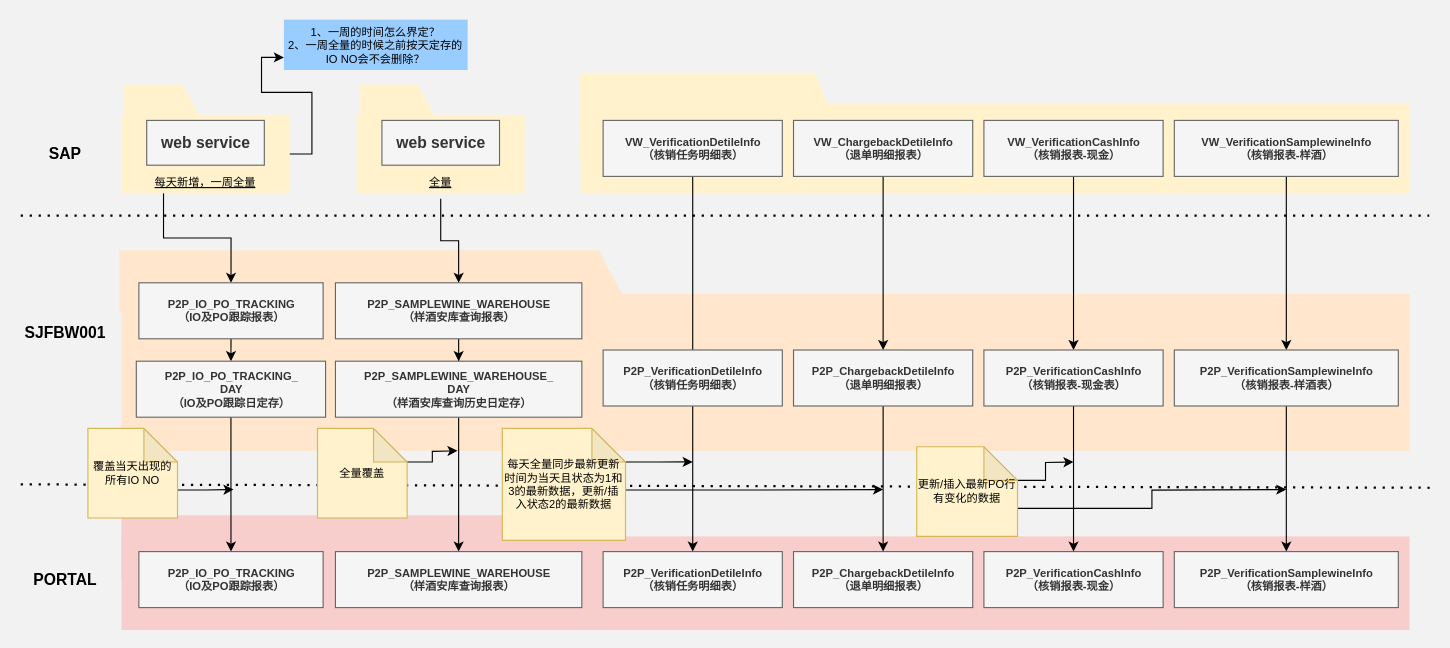
The draw.io diagram Untitled Diagram.drawio in ztacode/drawio, before the edit. Source tidied: cells renumbered, new cells numbered last; positions are measured from the earlier drawing's top-left corner, leaving out a move shared by most shapes. Both pictures are drawn from the tidied source at 112%, with x=0, y=0 at pixel (20, -20).
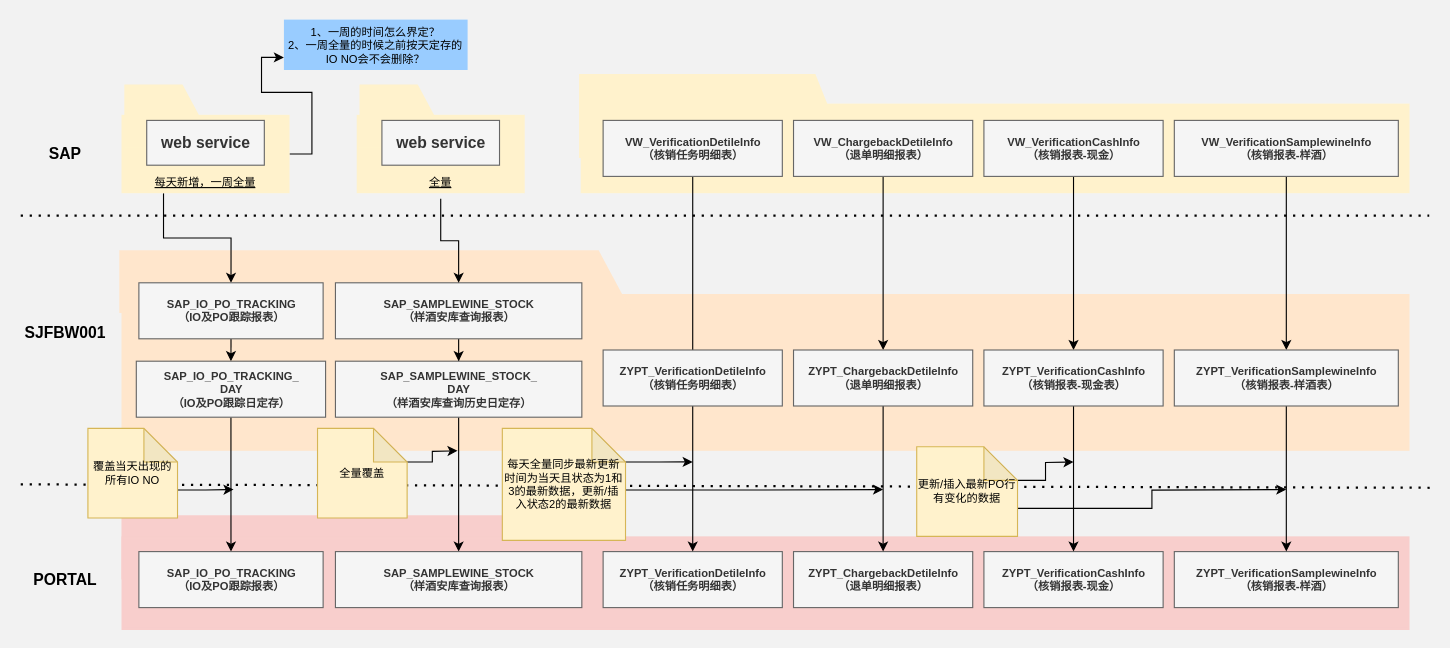
The same diagram, later.

Change to the diagram source:
```diff
@@
-    <mxCell id="15" value="P2P_IO_PO_TRACKING&lt;br&gt;（IO及PO跟踪报表）" style="text;html=1;fontSize=10;fontStyle=1;verticalAlign=middle;align=center;rounded=0;shadow=0;sketch=0;arcSize=12;strokeWidth=1;fillColor=#f5f5f5;strokeColor=#666666;fontColor=#333333;" parent="1" vertex="1">
+    <mxCell id="15" value="SAP_IO_PO_TRACKING&lt;br&gt;（IO及PO跟踪报表）" style="text;html=1;fontSize=10;fontStyle=1;verticalAlign=middle;align=center;rounded=0;shadow=0;sketch=0;arcSize=12;strokeWidth=1;fillColor=#f5f5f5;strokeColor=#666666;fontColor=#333333;" parent="1" vertex="1">
       <mxGeometry x="105.5" y="270" width="164.5" height="50" as="geometry" />
     </mxCell>
@@
-    <mxCell id="18" value="P2P_SAMPLEWINE_WAREHOUSE&lt;br&gt;（样酒安库查询报表）" style="text;html=1;fontSize=10;fontStyle=1;verticalAlign=middle;align=center;rounded=0;shadow=0;sketch=0;arcSize=12;strokeWidth=1;fillColor=#f5f5f5;strokeColor=#666666;fontColor=#333333;" parent="1" vertex="1">
+    <mxCell id="18" value="SAP_SAMPLEWINE_STOCK&lt;br&gt;（样酒安库查询报表）" style="text;html=1;fontSize=10;fontStyle=1;verticalAlign=middle;align=center;rounded=0;shadow=0;sketch=0;arcSize=12;strokeWidth=1;fillColor=#f5f5f5;strokeColor=#666666;fontColor=#333333;" parent="1" vertex="1">
       <mxGeometry x="281" y="270" width="220" height="50" as="geometry" />
     </mxCell>
@@
-    <mxCell id="27" value="P2P_VerificationDetileInfo&lt;br&gt;（核销任务明细表）" style="text;html=1;fontSize=10;fontStyle=1;verticalAlign=middle;align=center;rounded=0;shadow=0;sketch=0;arcSize=12;strokeWidth=1;fillColor=#f5f5f5;strokeColor=#666666;fontColor=#333333;" parent="1" vertex="1">
+    <mxCell id="27" value="ZYPT_VerificationDetileInfo&lt;br&gt;（核销任务明细表）" style="text;html=1;fontSize=10;fontStyle=1;verticalAlign=middle;align=center;rounded=0;shadow=0;sketch=0;arcSize=12;strokeWidth=1;fillColor=#f5f5f5;strokeColor=#666666;fontColor=#333333;" parent="1" vertex="1">
       <mxGeometry x="520" y="510" width="160" height="50" as="geometry" />
     </mxCell>
-    <mxCell id="28" value="P2P_ChargebackDetileInfo&lt;br&gt;（退单明细报表）" style="text;html=1;fontSize=10;fontStyle=1;verticalAlign=middle;align=center;rounded=0;shadow=0;sketch=0;arcSize=12;strokeWidth=1;fillColor=#f5f5f5;fontColor=#333333;strokeColor=#666666;" parent="1" vertex="1">
+    <mxCell id="28" value="ZYPT_ChargebackDetileInfo&lt;br&gt;（退单明细报表）" style="text;html=1;fontSize=10;fontStyle=1;verticalAlign=middle;align=center;rounded=0;shadow=0;sketch=0;arcSize=12;strokeWidth=1;fillColor=#f5f5f5;fontColor=#333333;strokeColor=#666666;" parent="1" vertex="1">
       <mxGeometry x="690" y="510" width="160" height="50" as="geometry" />
     </mxCell>
-    <mxCell id="29" value="P2P_VerificationCashInfo&lt;br&gt;（核销报表-现金）" style="text;strokeColor=#666666;fillColor=#f5f5f5;html=1;fontSize=10;fontStyle=1;verticalAlign=middle;align=center;rounded=0;shadow=0;sketch=0;arcSize=12;strokeWidth=1;fontColor=#333333;" parent="1" vertex="1">
+    <mxCell id="29" value="ZYPT_VerificationCashInfo&lt;br&gt;（核销报表-现金）" style="text;strokeColor=#666666;fillColor=#f5f5f5;html=1;fontSize=10;fontStyle=1;verticalAlign=middle;align=center;rounded=0;shadow=0;sketch=0;arcSize=12;strokeWidth=1;fontColor=#333333;" parent="1" vertex="1">
       <mxGeometry x="860" y="510" width="160" height="50" as="geometry" />
     </mxCell>
-    <mxCell id="30" value="P2P_VerificationSamplewineInfo&lt;br&gt;（核销报表-样酒）" style="text;strokeColor=#666666;fillColor=#f5f5f5;html=1;fontSize=10;fontStyle=1;verticalAlign=middle;align=center;rounded=0;shadow=0;sketch=0;arcSize=12;strokeWidth=1;fontColor=#333333;" parent="1" vertex="1">
+    <mxCell id="30" value="ZYPT_VerificationSamplewineInfo&lt;br&gt;（核销报表-样酒）" style="text;strokeColor=#666666;fillColor=#f5f5f5;html=1;fontSize=10;fontStyle=1;verticalAlign=middle;align=center;rounded=0;shadow=0;sketch=0;arcSize=12;strokeWidth=1;fontColor=#333333;" parent="1" vertex="1">
       <mxGeometry x="1030" y="510" width="200" height="50" as="geometry" />
     </mxCell>
@@
-    <mxCell id="33" value="P2P_IO_PO_TRACKING_&lt;br&gt;DAY&lt;br&gt;（IO及PO跟踪日定存）" style="text;html=1;fontSize=10;fontStyle=1;verticalAlign=middle;align=center;rounded=0;shadow=0;sketch=0;arcSize=12;strokeWidth=1;fillColor=#f5f5f5;strokeColor=#666666;fontColor=#333333;gradientColor=none;" parent="1" vertex="1">
+    <mxCell id="33" value="SAP_IO_PO_TRACKING_&lt;br&gt;DAY&lt;br&gt;（IO及PO跟踪日定存）" style="text;html=1;fontSize=10;fontStyle=1;verticalAlign=middle;align=center;rounded=0;shadow=0;sketch=0;arcSize=12;strokeWidth=1;fillColor=#f5f5f5;strokeColor=#666666;fontColor=#333333;gradientColor=none;" parent="1" vertex="1">
       <mxGeometry x="103.2" y="340" width="169" height="50" as="geometry" />
     </mxCell>
@@
-    <mxCell id="35" value="P2P_SAMPLEWINE_WAREHOUSE_&lt;br&gt;DAY&lt;br&gt;（样酒安库查询历史日定存）" style="text;html=1;fontSize=10;fontStyle=1;verticalAlign=middle;align=center;rounded=0;shadow=0;sketch=0;arcSize=12;strokeWidth=1;fillColor=#f5f5f5;strokeColor=#666666;fontColor=#333333;" parent="1" vertex="1">
+    <mxCell id="35" value="SAP_SAMPLEWINE_STOCK_&lt;br&gt;DAY&lt;br&gt;（样酒安库查询历史日定存）" style="text;html=1;fontSize=10;fontStyle=1;verticalAlign=middle;align=center;rounded=0;shadow=0;sketch=0;arcSize=12;strokeWidth=1;fillColor=#f5f5f5;strokeColor=#666666;fontColor=#333333;" parent="1" vertex="1">
       <mxGeometry x="281" y="340" width="220" height="50" as="geometry" />
     </mxCell>
@@
-    <mxCell id="39" value="P2P_IO_PO_TRACKING&lt;br&gt;（IO及PO跟踪报表）" style="text;html=1;fontSize=10;fontStyle=1;verticalAlign=middle;align=center;rounded=0;shadow=0;sketch=0;arcSize=12;strokeWidth=1;fillColor=#f5f5f5;strokeColor=#666666;fontColor=#333333;" parent="1" vertex="1">
+    <mxCell id="39" value="SAP_IO_PO_TRACKING&lt;br&gt;（IO及PO跟踪报表）" style="text;html=1;fontSize=10;fontStyle=1;verticalAlign=middle;align=center;rounded=0;shadow=0;sketch=0;arcSize=12;strokeWidth=1;fillColor=#f5f5f5;strokeColor=#666666;fontColor=#333333;" parent="1" vertex="1">
       <mxGeometry x="105.5" y="510" width="164.5" height="50" as="geometry" />
     </mxCell>
-    <mxCell id="40" value="P2P_SAMPLEWINE_WAREHOUSE&lt;br&gt;（样酒安库查询报表）" style="text;html=1;fontSize=10;fontStyle=1;verticalAlign=middle;align=center;rounded=0;shadow=0;sketch=0;arcSize=12;strokeWidth=1;fillColor=#f5f5f5;strokeColor=#666666;fontColor=#333333;" parent="1" vertex="1">
+    <mxCell id="40" value="SAP_SAMPLEWINE_STOCK&lt;br&gt;（样酒安库查询报表）" style="text;html=1;fontSize=10;fontStyle=1;verticalAlign=middle;align=center;rounded=0;shadow=0;sketch=0;arcSize=12;strokeWidth=1;fillColor=#f5f5f5;strokeColor=#666666;fontColor=#333333;" parent="1" vertex="1">
       <mxGeometry x="281" y="510" width="220" height="50" as="geometry" />
     </mxCell>
@@
-    <mxCell id="47" value="P2P_VerificationDetileInfo&lt;br&gt;（核销任务明细表）" style="text;html=1;fontSize=10;fontStyle=1;verticalAlign=middle;align=center;rounded=0;shadow=0;sketch=0;arcSize=12;strokeWidth=1;fillColor=#f5f5f5;strokeColor=#666666;fontColor=#333333;" parent="1" vertex="1">
+    <mxCell id="47" value="ZYPT_VerificationDetileInfo&lt;br&gt;（核销任务明细表）" style="text;html=1;fontSize=10;fontStyle=1;verticalAlign=middle;align=center;rounded=0;shadow=0;sketch=0;arcSize=12;strokeWidth=1;fillColor=#f5f5f5;strokeColor=#666666;fontColor=#333333;" parent="1" vertex="1">
       <mxGeometry x="520" y="330" width="160" height="50" as="geometry" />
     </mxCell>
@@
-    <mxCell id="49" value="P2P_ChargebackDetileInfo&lt;br&gt;（退单明细报表）" style="text;html=1;fontSize=10;fontStyle=1;verticalAlign=middle;align=center;rounded=0;shadow=0;sketch=0;arcSize=12;strokeWidth=1;fillColor=#f5f5f5;fontColor=#333333;strokeColor=#666666;" parent="1" vertex="1">
+    <mxCell id="49" value="ZYPT_ChargebackDetileInfo&lt;br&gt;（退单明细报表）" style="text;html=1;fontSize=10;fontStyle=1;verticalAlign=middle;align=center;rounded=0;shadow=0;sketch=0;arcSize=12;strokeWidth=1;fillColor=#f5f5f5;fontColor=#333333;strokeColor=#666666;" parent="1" vertex="1">
       <mxGeometry x="690" y="330" width="160" height="50" as="geometry" />
     </mxCell>
@@
-    <mxCell id="51" value="P2P_VerificationCashInfo&lt;br&gt;（核销报表-现金表）" style="text;strokeColor=#666666;fillColor=#f5f5f5;html=1;fontSize=10;fontStyle=1;verticalAlign=middle;align=center;rounded=0;shadow=0;sketch=0;arcSize=12;strokeWidth=1;fontColor=#333333;" parent="1" vertex="1">
+    <mxCell id="51" value="ZYPT_VerificationCashInfo&lt;br&gt;（核销报表-现金表）" style="text;strokeColor=#666666;fillColor=#f5f5f5;html=1;fontSize=10;fontStyle=1;verticalAlign=middle;align=center;rounded=0;shadow=0;sketch=0;arcSize=12;strokeWidth=1;fontColor=#333333;" parent="1" vertex="1">
       <mxGeometry x="860" y="330" width="160" height="50" as="geometry" />
     </mxCell>
@@
-    <mxCell id="53" value="P2P_VerificationSamplewineInfo&lt;br&gt;（核销报表-样酒表）" style="text;strokeColor=#666666;fillColor=#f5f5f5;html=1;fontSize=10;fontStyle=1;verticalAlign=middle;align=center;rounded=0;shadow=0;sketch=0;arcSize=12;strokeWidth=1;fontColor=#333333;" parent="1" vertex="1">
+    <mxCell id="53" value="ZYPT_VerificationSamplewineInfo&lt;br&gt;（核销报表-样酒表）" style="text;strokeColor=#666666;fillColor=#f5f5f5;html=1;fontSize=10;fontStyle=1;verticalAlign=middle;align=center;rounded=0;shadow=0;sketch=0;arcSize=12;strokeWidth=1;fontColor=#333333;" parent="1" vertex="1">
       <mxGeometry x="1030" y="330" width="200" height="50" as="geometry" />
     </mxCell>
```
